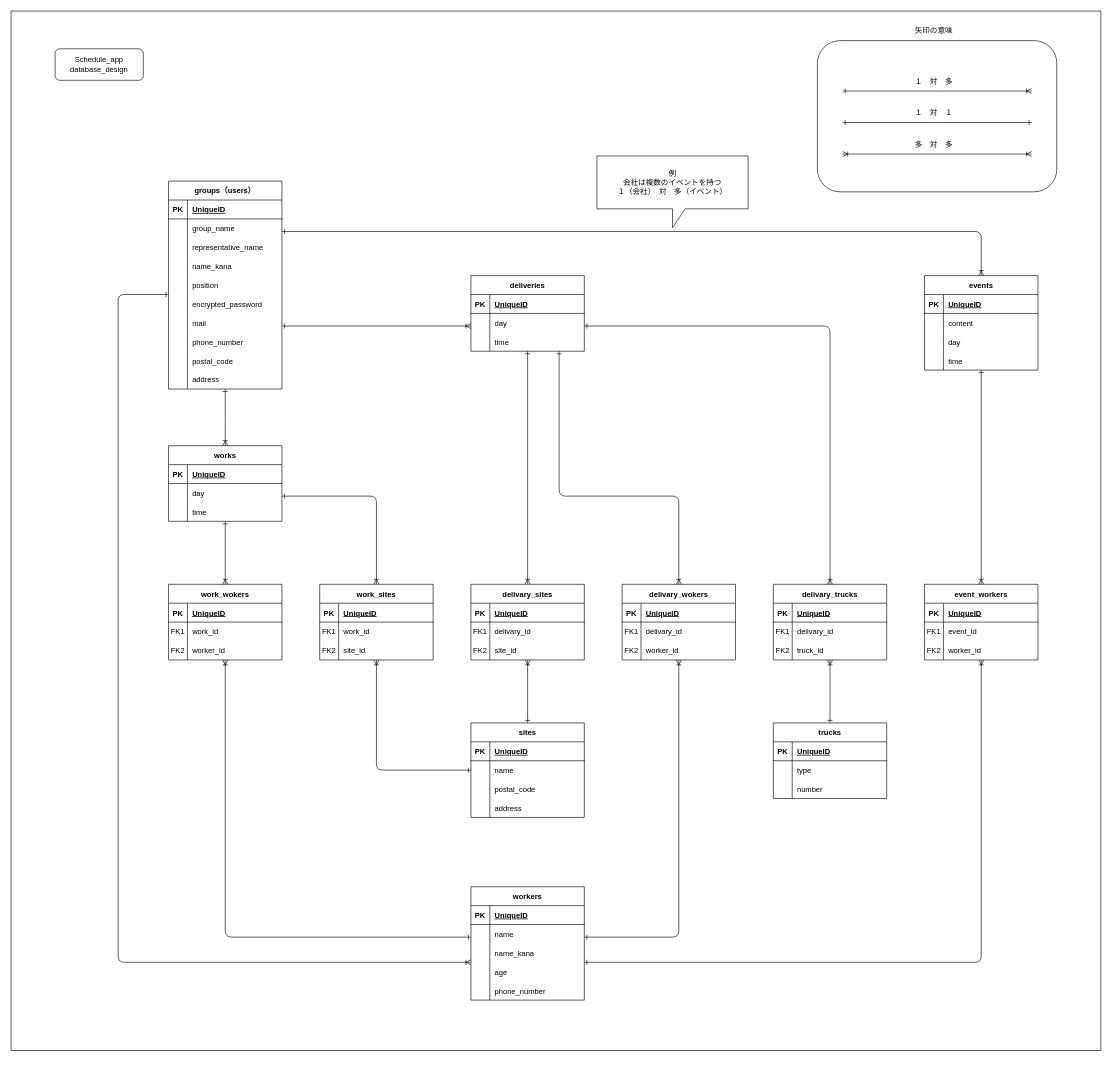
Above: database.drawio in nagai-sho/schedule_app (draw.io), before the change. Source tidied: cells renumbered, new cells numbered last; positions are measured from the earlier drawing's top-left corner, leaving out a move shared by most shapes. Both pictures are drawn from the tidied source at 63%, with x=0, y=0 at pixel (11, 11).
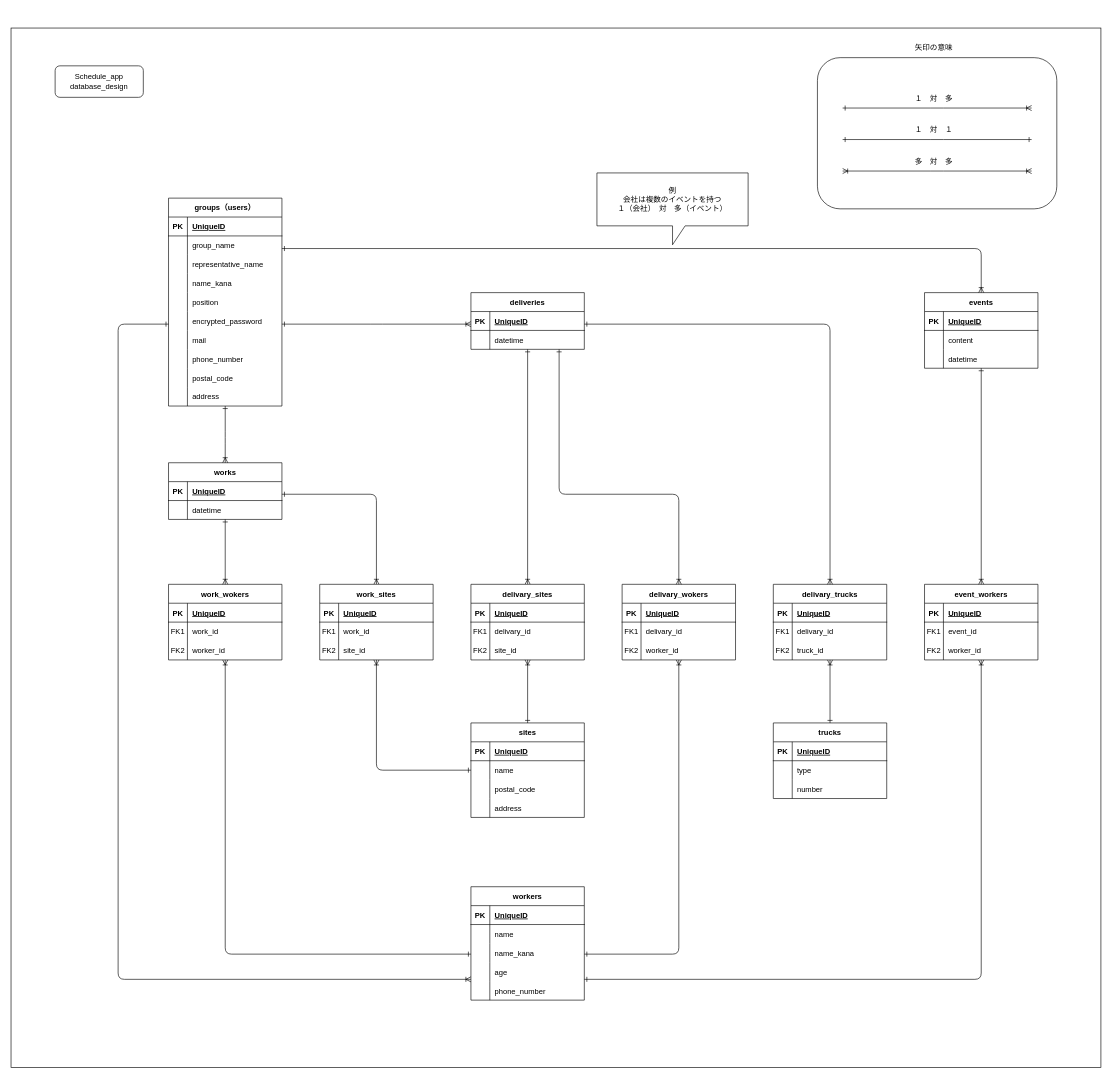
After the change.

The change refers to these unchanged cells:
```xml
<mxCell id="52" style="shape=tableRow;horizontal=0;startSize=0;swimlaneHead=0;swimlaneBody=0;fillColor=none;top=0;left=0;right=0;bottom=0;" parent="48" vertex="1">
  <mxGeometry y="60" width="180" height="30" as="geometry" />
</mxCell>
<mxCell id="62" style="shape=tableRow;horizontal=0;startSize=0;swimlaneHead=0;swimlaneBody=0;fillColor=none;top=0;left=0;right=0;bottom=0;" parent="58" vertex="1">
  <mxGeometry y="60" width="180" height="30" as="geometry" />
</mxCell>
<mxCell id="75" style="shape=tableRow;horizontal=0;startSize=0;swimlaneHead=0;swimlaneBody=0;fillColor=none;top=0;left=0;right=0;bottom=0;" parent="68" vertex="1">
  <mxGeometry y="90" width="180" height="30" as="geometry" />
</mxCell>
<mxCell id="92" value="workers" style="shape=table;startSize=30;childLayout=tableLayout;rowLines=0;fontStyle=1;align=center;" parent="1" vertex="1">
  <mxGeometry x="730" y="1390" width="180" height="180" as="geometry" />
</mxCell>
<mxCell id="112" value="work_sites" style="shape=table;startSize=30;childLayout=tableLayout;rowLines=0;fontStyle=1;align=center;" parent="1" vertex="1">
  <mxGeometry x="490" y="910" width="180" height="120" as="geometry" />
</mxCell>
<mxCell id="123" value="work_wokers" style="shape=table;startSize=30;childLayout=tableLayout;rowLines=0;fontStyle=1;align=center;" parent="1" vertex="1">
  <mxGeometry x="250" y="910" width="180" height="120" as="geometry" />
</mxCell>
<mxCell id="147" value="delivary_wokers" style="shape=table;startSize=30;childLayout=tableLayout;rowLines=0;fontStyle=1;align=center;" parent="1" vertex="1">
  <mxGeometry x="970" y="910" width="180" height="120" as="geometry" />
</mxCell>
<mxCell id="159" value="delivary_trucks" style="shape=table;startSize=30;childLayout=tableLayout;rowLines=0;fontStyle=1;align=center;" parent="1" vertex="1">
  <mxGeometry x="1210" y="910" width="180" height="120" as="geometry" />
</mxCell>
<mxCell id="171" value="event_workers" style="shape=table;startSize=30;childLayout=tableLayout;rowLines=0;fontStyle=1;align=center;" parent="1" vertex="1">
  <mxGeometry x="1450" y="910" width="180" height="120" as="geometry" />
</mxCell>
```

Diff of the diagram source:
```diff
@@
     <mxCell id="2" style="rounded=0;whiteSpace=wrap;html=1;fillColor=none;" parent="1" vertex="1">
-      <mxGeometry width="1730" height="1650" as="geometry" />
+      <mxGeometry y="27" width="1730" height="1650" as="geometry" />
     </mxCell>
     <mxCell id="3" value="Schedule_app&lt;br&gt;database_design" style="rounded=1;whiteSpace=wrap;html=1;" parent="1" vertex="1">
-      <mxGeometry x="70" y="60" width="140" height="50" as="geometry" />
+      <mxGeometry x="70" y="87" width="140" height="50" as="geometry" />
     </mxCell>
     <mxCell id="4" value="groups（users）" style="shape=table;startSize=30;childLayout=tableLayout;rowLines=0;fontStyle=1;align=center;" parent="1" vertex="1">
-      <mxGeometry x="250" y="270" width="180" height="330" as="geometry" />
+      <mxGeometry x="250" y="297" width="180" height="330" as="geometry" />
     </mxCell>
@@
     <mxCell id="48" value="works" style="shape=table;startSize=30;childLayout=tableLayout;rowLines=0;fontStyle=1;align=center;" parent="1" vertex="1">
-      <mxGeometry x="250" y="690" width="180" height="120" as="geometry" />
+      <mxGeometry x="250" y="717" width="180" height="90" as="geometry" />
     </mxCell>
@@
-    <mxCell id="54" value="day" style="shape=partialRectangle;fillColor=none;top=0;left=0;bottom=0;right=0;align=left;spacingLeft=6;overflow=hidden;" parent="52" vertex="1">
+    <mxCell id="54" value="datetime" style="shape=partialRectangle;fillColor=none;top=0;left=0;bottom=0;right=0;align=left;spacingLeft=6;overflow=hidden;" parent="52" vertex="1">
       <mxGeometry x="30" width="150" height="30" as="geometry" />
     </mxCell>
-    <mxCell id="55" style="shape=tableRow;horizontal=0;startSize=0;swimlaneHead=0;swimlaneBody=0;fillColor=none;top=0;left=0;right=0;bottom=0;" parent="48" vertex="1">
-      <mxGeometry y="90" width="180" height="30" as="geometry" />
-    </mxCell>
-    <mxCell id="56" style="shape=partialRectangle;fillColor=none;top=0;left=0;bottom=0;right=0;overflow=hidden;" parent="55" vertex="1">
-      <mxGeometry width="30" height="30" as="geometry" />
-    </mxCell>
-    <mxCell id="57" value="time" style="shape=partialRectangle;fillColor=none;top=0;left=0;bottom=0;right=0;align=left;spacingLeft=6;overflow=hidden;" parent="55" vertex="1">
-      <mxGeometry x="30" width="150" height="30" as="geometry" />
-    </mxCell>
     <mxCell id="58" value="deliveries" style="shape=table;startSize=30;childLayout=tableLayout;rowLines=0;fontStyle=1;align=center;" parent="1" vertex="1">
-      <mxGeometry x="730" y="420" width="180" height="120" as="geometry" />
+      <mxGeometry x="730" y="447" width="180" height="90" as="geometry" />
     </mxCell>
@@
-    <mxCell id="64" value="day" style="shape=partialRectangle;fillColor=none;top=0;left=0;bottom=0;right=0;align=left;spacingLeft=6;overflow=hidden;" parent="62" vertex="1">
+    <mxCell id="64" value="datetime" style="shape=partialRectangle;fillColor=none;top=0;left=0;bottom=0;right=0;align=left;spacingLeft=6;overflow=hidden;" parent="62" vertex="1">
       <mxGeometry x="30" width="150" height="30" as="geometry" />
     </mxCell>
-    <mxCell id="65" style="shape=tableRow;horizontal=0;startSize=0;swimlaneHead=0;swimlaneBody=0;fillColor=none;top=0;left=0;right=0;bottom=0;" parent="58" vertex="1">
-      <mxGeometry y="90" width="180" height="30" as="geometry" />
-    </mxCell>
-    <mxCell id="66" style="shape=partialRectangle;fillColor=none;top=0;left=0;bottom=0;right=0;overflow=hidden;" parent="65" vertex="1">
-      <mxGeometry width="30" height="30" as="geometry" />
-    </mxCell>
-    <mxCell id="67" value="time" style="shape=partialRectangle;fillColor=none;top=0;left=0;bottom=0;right=0;align=left;spacingLeft=6;overflow=hidden;" parent="65" vertex="1">
-      <mxGeometry x="30" width="150" height="30" as="geometry" />
-    </mxCell>
     <mxCell id="68" value="events" style="shape=table;startSize=30;childLayout=tableLayout;rowLines=0;fontStyle=1;align=center;" parent="1" vertex="1">
-      <mxGeometry x="1450" y="420" width="180" height="150" as="geometry" />
+      <mxGeometry x="1450" y="447" width="180" height="120" as="geometry" />
     </mxCell>
@@
-    <mxCell id="77" value="day" style="shape=partialRectangle;fillColor=none;top=0;left=0;bottom=0;right=0;align=left;spacingLeft=6;overflow=hidden;" parent="75" vertex="1">
+    <mxCell id="77" value="datetime" style="shape=partialRectangle;fillColor=none;top=0;left=0;bottom=0;right=0;align=left;spacingLeft=6;overflow=hidden;" parent="75" vertex="1">
       <mxGeometry x="30" width="150" height="30" as="geometry" />
     </mxCell>
-    <mxCell id="78" style="shape=tableRow;horizontal=0;startSize=0;swimlaneHead=0;swimlaneBody=0;fillColor=none;top=0;left=0;right=0;bottom=0;" parent="68" vertex="1">
-      <mxGeometry y="120" width="180" height="30" as="geometry" />
-    </mxCell>
-    <mxCell id="79" style="shape=partialRectangle;fillColor=none;top=0;left=0;bottom=0;right=0;overflow=hidden;" parent="78" vertex="1">
-      <mxGeometry width="30" height="30" as="geometry" />
-    </mxCell>
-    <mxCell id="80" value="time" style="shape=partialRectangle;fillColor=none;top=0;left=0;bottom=0;right=0;align=left;spacingLeft=6;overflow=hidden;" parent="78" vertex="1">
-      <mxGeometry x="30" width="150" height="30" as="geometry" />
-    </mxCell>
@@
     <mxCell id="91" style="edgeStyle=orthogonalEdgeStyle;html=1;endArrow=ERoneToMany;endFill=0;startArrow=ERone;startFill=0;" parent="1" edge="1" source="48" target="112">
       <mxGeometry relative="1" as="geometry">
         <Array as="points">
-          <mxPoint x="580" y="770" />
+          <mxPoint x="580" y="767" />
         </Array>
       </mxGeometry>
     </mxCell>
@@
     <mxCell id="108" style="edgeStyle=orthogonalEdgeStyle;html=1;endArrow=ERoneToMany;endFill=0;startArrow=ERone;startFill=0;" parent="1" edge="1" source="4" target="68">
       <mxGeometry relative="1" as="geometry">
         <Array as="points">
-          <mxPoint x="1540" y="350" />
+          <mxPoint x="1540" y="377" />
         </Array>
       </mxGeometry>
     </mxCell>
     <mxCell id="109" style="edgeStyle=orthogonalEdgeStyle;html=1;endArrow=ERoneToMany;endFill=0;startArrow=ERone;startFill=0;" parent="1" edge="1" source="4" target="58">
       <mxGeometry relative="1" as="geometry">
         <Array as="points">
-          <mxPoint x="580" y="500" />
-          <mxPoint x="580" y="500" />
+          <mxPoint x="580" y="497" />
+          <mxPoint x="580" y="497" />
         </Array>
       </mxGeometry>
     </mxCell>
     <mxCell id="110" style="edgeStyle=orthogonalEdgeStyle;html=1;endArrow=ERoneToMany;endFill=0;startArrow=ERone;startFill=0;" parent="1" edge="1" source="4" target="48">
       <mxGeometry relative="1" as="geometry">
         <Array as="points">
-          <mxPoint x="340" y="650" />
-          <mxPoint x="340" y="650" />
+          <mxPoint x="340" y="677" />
+          <mxPoint x="340" y="677" />
         </Array>
       </mxGeometry>
     </mxCell>
     <mxCell id="111" style="edgeStyle=orthogonalEdgeStyle;html=1;endArrow=ERoneToMany;endFill=0;startArrow=ERone;startFill=0;" parent="1" edge="1" source="4" target="92">
       <mxGeometry relative="1" as="geometry">
         <Array as="points">
-          <mxPoint x="170" y="450" />
-          <mxPoint x="170" y="1510" />
+          <mxPoint x="170" y="497" />
+          <mxPoint x="170" y="1537" />
         </Array>
       </mxGeometry>
     </mxCell>
@@
     <mxCell id="134" style="edgeStyle=orthogonalEdgeStyle;html=1;endArrow=ERoneToMany;endFill=0;startArrow=ERone;startFill=0;" parent="1" edge="1" source="92" target="123">
       <mxGeometry relative="1" as="geometry">
         <Array as="points">
-          <mxPoint x="340" y="1470" />
+          <mxPoint x="340" y="1497" />
         </Array>
       </mxGeometry>
     </mxCell>
@@
     <mxCell id="157" style="edgeStyle=orthogonalEdgeStyle;html=1;endArrow=ERoneToMany;endFill=0;startArrow=ERone;startFill=0;" parent="1" edge="1" source="92" target="147">
       <mxGeometry relative="1" as="geometry">
         <Array as="points">
-          <mxPoint x="1060" y="1470" />
+          <mxPoint x="1060" y="1497" />
         </Array>
       </mxGeometry>
     </mxCell>
     <mxCell id="158" style="edgeStyle=orthogonalEdgeStyle;html=1;endArrow=ERoneToMany;endFill=0;startArrow=ERone;startFill=0;" parent="1" edge="1" source="58" target="147">
       <mxGeometry relative="1" as="geometry">
         <Array as="points">
-          <mxPoint x="870" y="770" />
-          <mxPoint x="1060" y="770" />
+          <mxPoint x="870" y="767" />
+          <mxPoint x="1060" y="767" />
         </Array>
       </mxGeometry>
     </mxCell>
@@
     <mxCell id="169" style="edgeStyle=orthogonalEdgeStyle;html=1;endArrow=ERoneToMany;endFill=0;startArrow=ERone;startFill=0;" parent="1" edge="1" source="58" target="159">
       <mxGeometry relative="1" as="geometry">
         <Array as="points">
-          <mxPoint x="1300" y="500" />
+          <mxPoint x="1300" y="497" />
         </Array>
       </mxGeometry>
     </mxCell>
@@
     <mxCell id="181" style="edgeStyle=orthogonalEdgeStyle;html=1;endArrow=ERoneToMany;endFill=0;startArrow=ERone;startFill=0;" parent="1" edge="1" source="92" target="171">
       <mxGeometry relative="1" as="geometry">
         <Array as="points">
-          <mxPoint x="1540" y="1510" />
+          <mxPoint x="1540" y="1537" />
         </Array>
       </mxGeometry>
     </mxCell>
     <mxCell id="182" style="edgeStyle=orthogonalEdgeStyle;html=1;endArrow=ERoneToMany;endFill=0;startArrow=ERone;startFill=0;" parent="1" edge="1" source="68" target="171">
       <mxGeometry relative="1" as="geometry">
         <Array as="points">
-          <mxPoint x="1540" y="950" />
-          <mxPoint x="1540" y="950" />
+          <mxPoint x="1540" y="977" />
+          <mxPoint x="1540" y="977" />
         </Array>
       </mxGeometry>
     </mxCell>
     <mxCell id="183" value="例&lt;br&gt;会社は複数のイベントを持つ&lt;br&gt;１（会社）　対　多（イベント）" style="shape=callout;whiteSpace=wrap;html=1;perimeter=calloutPerimeter;" parent="1" vertex="1">
-      <mxGeometry x="930" y="230" width="240" height="114" as="geometry" />
+      <mxGeometry x="930" y="257" width="240" height="114" as="geometry" />
     </mxCell>
     <mxCell id="184" style="group;" parent="1" vertex="1">
-      <mxGeometry x="1410" y="17" width="250" height="270" as="geometry" />
+      <mxGeometry x="1410" y="44" width="250" height="270" as="geometry" />
     </mxCell>
```
